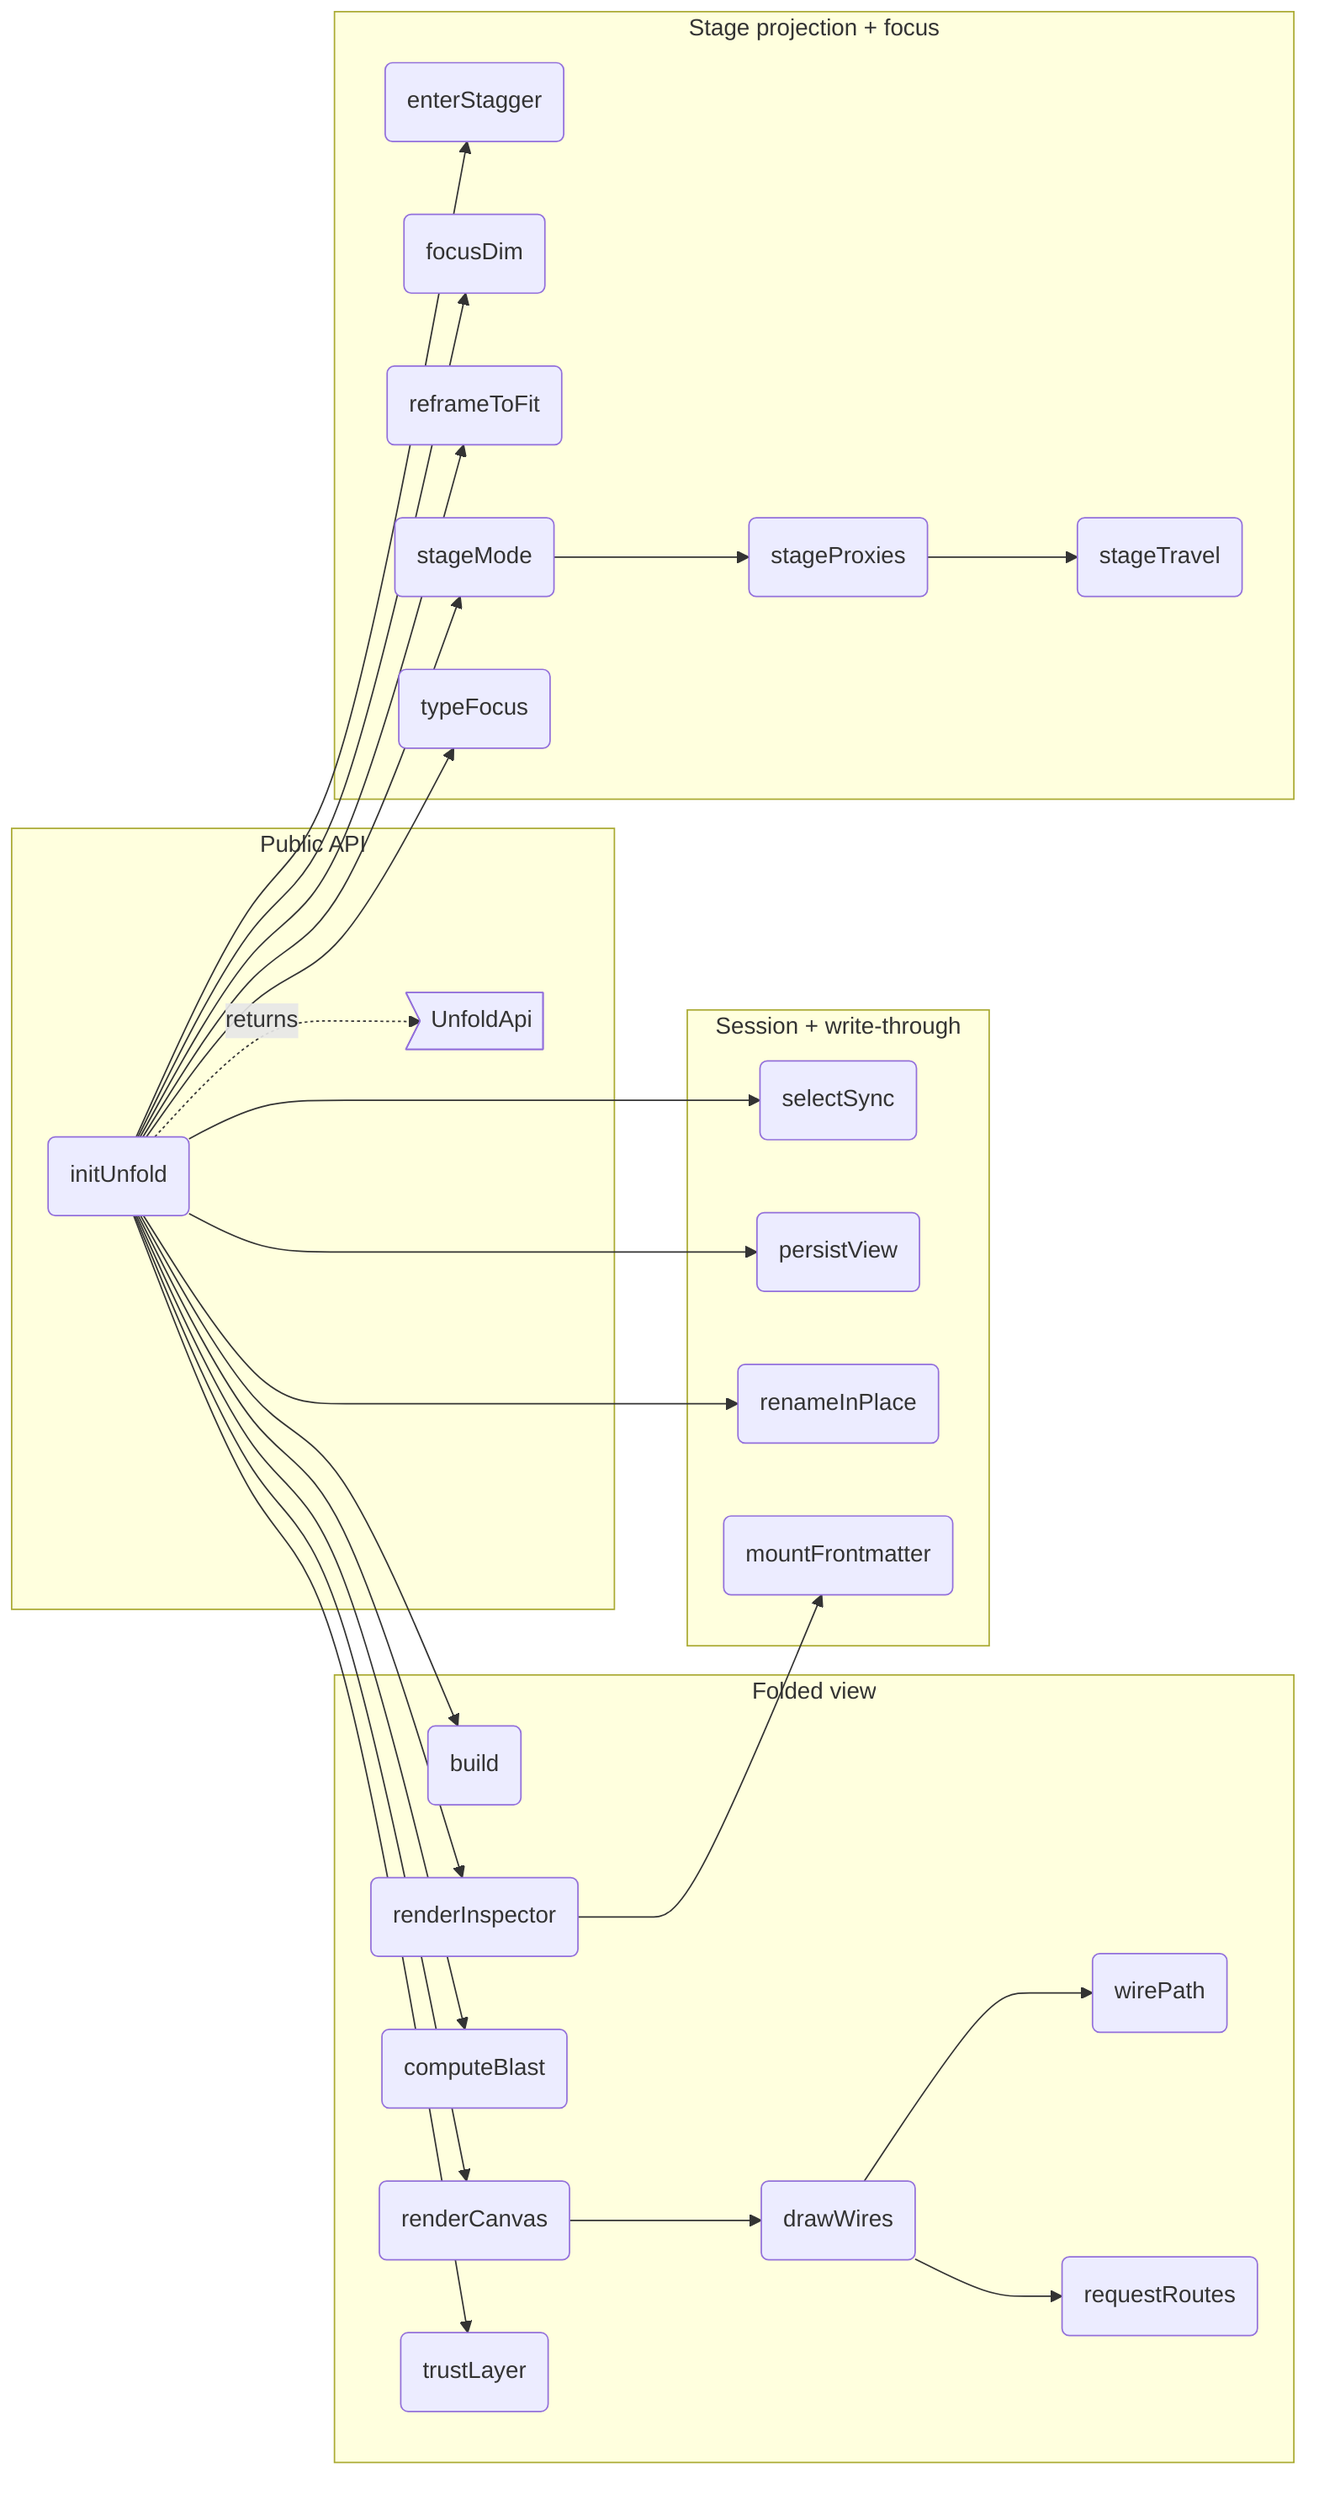
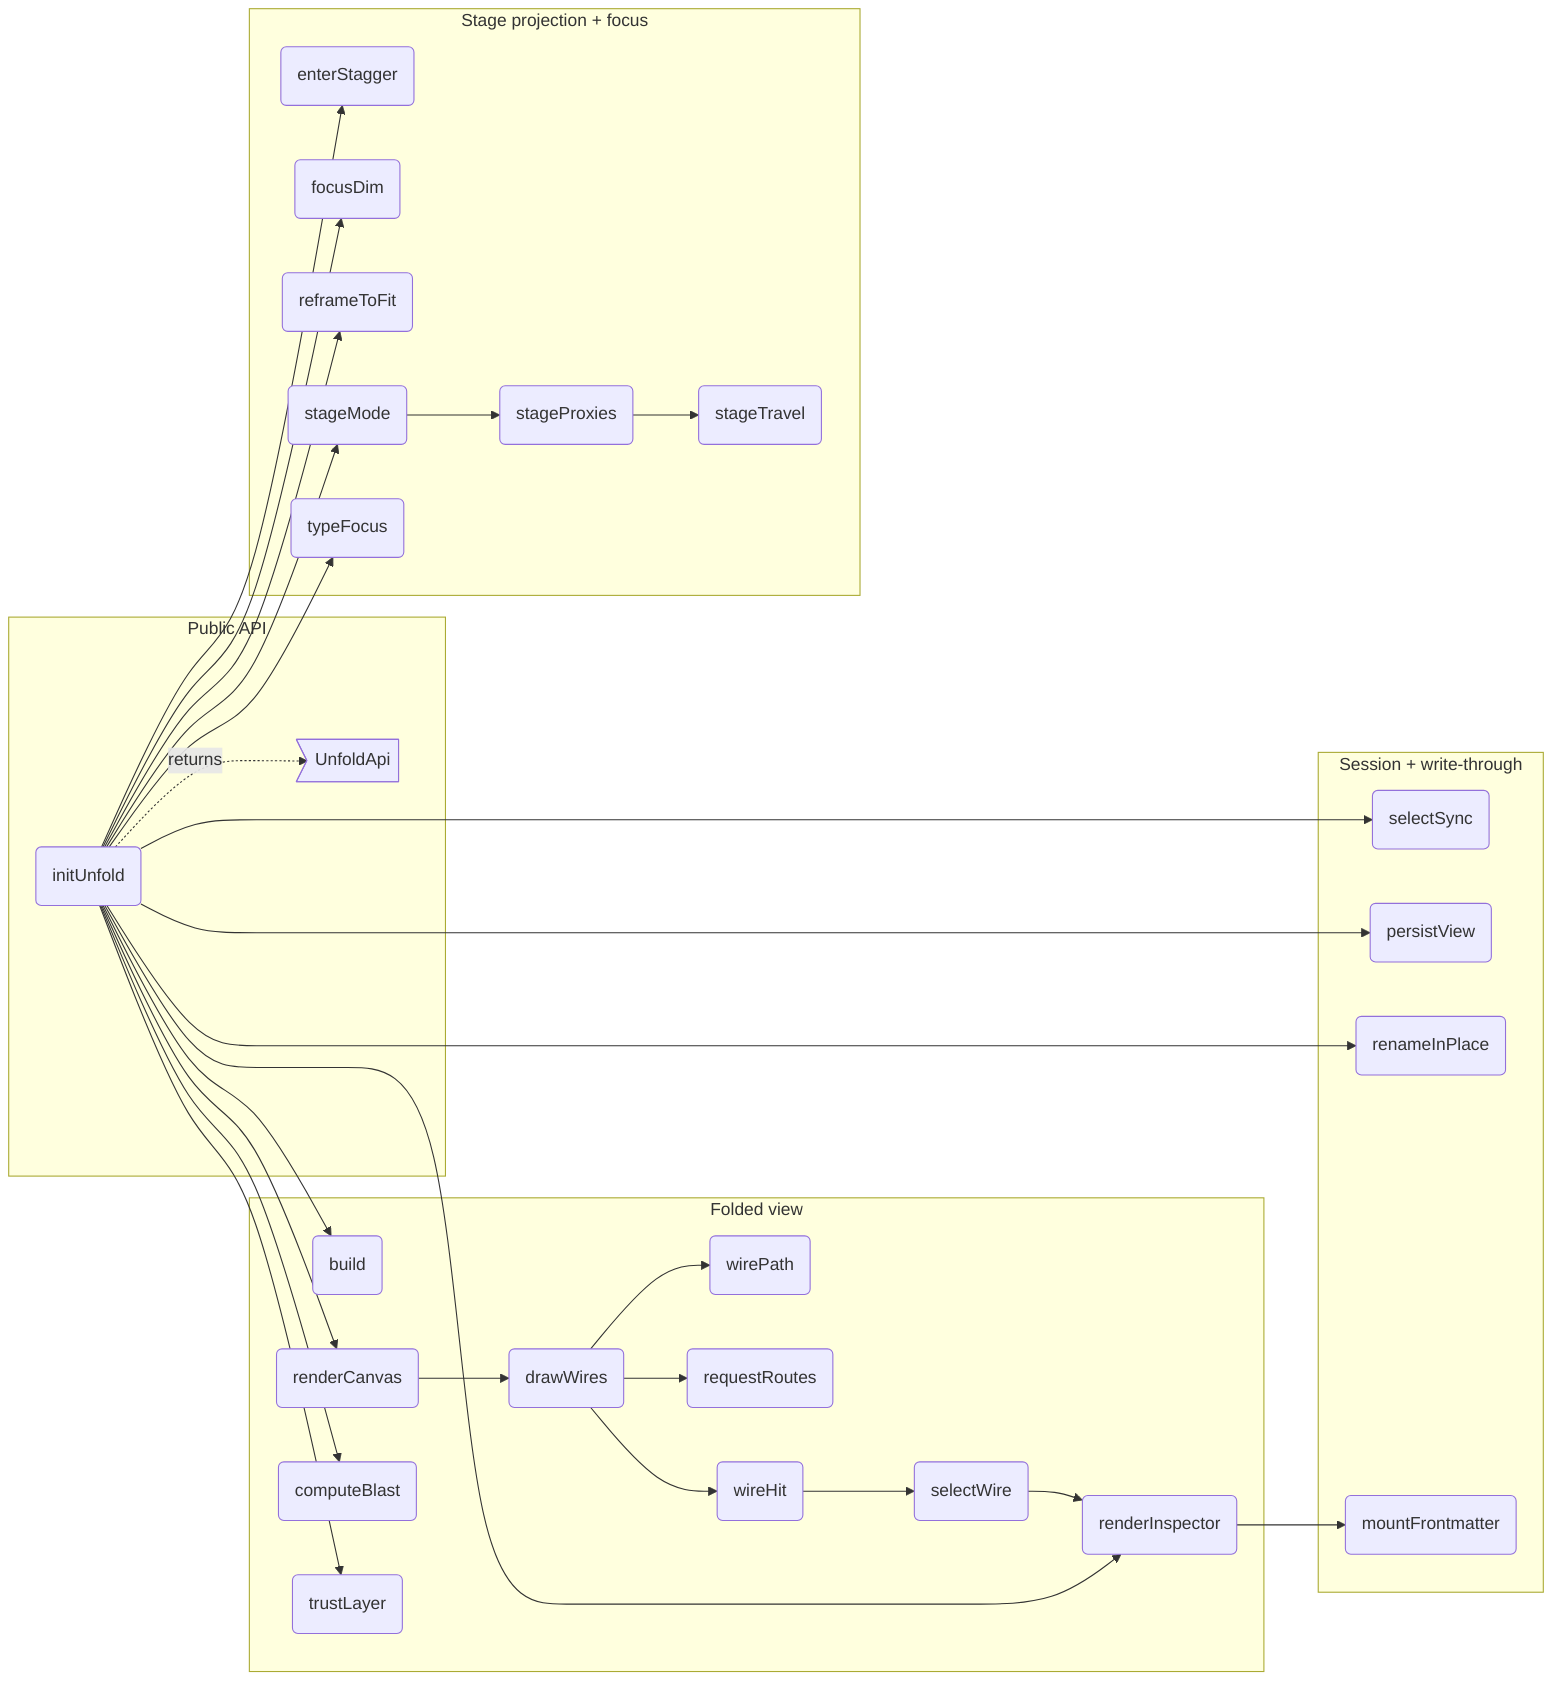
flowchart LR
%% root unfold

%% src UnfoldApi src/panel/unfold.ts#UnfoldApi
%% kind UnfoldApi type
%% fm:meta UnfoldApi name=UnfoldApi
%% fm:meta UnfoldApi desc=public surface: open, close, toggle

%% src initUnfold src/panel/unfold.ts#initUnfold
%% kind initUnfold function
%% fm:meta initUnfold name=initUnfold
%% fm:meta initUnfold desc=build the reading-mode overlay (own DOM + own CSS, the planner isolation pattern) bound to ctx; reads ctx.state + ctx.bodies, writes only through the shared hooks path
%% fm:meta initUnfold i0.name=initUnfold
%% fm:meta initUnfold i0.accepts=ctx: AppContext
%% fm:meta initUnfold i0.accepts=deps: { selection: SelectionApi; camera: CameraApi }
%% fm:meta initUnfold i0.returns=UnfoldApi

%% src ufBuild src/panel/unfold.ts#build
%% kind ufBuild function
%% fm:meta ufBuild name=build
%% fm:meta ufBuild desc=derive the folded units from ctx.state on every open: live parent wins, else the flowmap mod__rest drill convention; de-dup edges, fan-in
%% fm:meta ufBuild i0.name=build
%% fm:meta ufBuild i0.returns=void

%% src ufRenderCanvas src/panel/unfold.ts#renderCanvas
%% kind ufRenderCanvas function
%% fm:meta ufRenderCanvas name=renderCanvas
%% fm:meta ufRenderCanvas desc=render the containment roots as nested flex cards/groups; only expanded containers show their children
%% fm:meta ufRenderCanvas i0.name=renderCanvas
%% fm:meta ufRenderCanvas i0.returns=void

%% src ufDrawWires src/panel/unfold.ts#drawWires
%% kind ufDrawWires function
%% fm:meta ufDrawWires name=drawWires
%% fm:meta ufDrawWires desc=orthogonal wires aggregated to the visible representatives, gated by the calls/deps layers, painted above the group surfaces
%% fm:meta ufDrawWires i0.name=drawWires
%% fm:meta ufDrawWires i0.returns=void

%% src ufComputeBlast src/panel/unfold.ts#computeBlast
%% kind ufComputeBlast function
%% fm:meta ufComputeBlast name=computeBlast
%% fm:meta ufComputeBlast desc=reverse-BFS the transitive dependents of the selection and map them to visible cards with min hop distance
%% fm:meta ufComputeBlast i0.name=computeBlast
%% fm:meta ufComputeBlast i0.returns=void

%% src ufRenderInspector src/panel/unfold.ts#renderInspector
%% kind ufRenderInspector function
%% fm:meta ufRenderInspector name=renderInspector
%% fm:meta ufRenderInspector desc=empty until selection; then kind, crumbs, desc, interfaces, blast count, connections, and the real source body from ctx.bodies
%% fm:meta ufRenderInspector i0.name=renderInspector
%% fm:meta ufRenderInspector i0.returns=void

%% src ufEnterStagger src/panel/unfold.ts#enterStagger
%% kind ufEnterStagger function
%% fm:meta ufEnterStagger name=enterStagger
%% fm:meta ufEnterStagger desc=staggered fade-up entrance for newly-revealed cards (~55ms stagger, ~650ms expo ease); wires draw themselves in only after their cards land
%% fm:meta ufEnterStagger i0.name=enterStagger
%% fm:meta ufEnterStagger i0.returns=void

%% src ufFocusDim src/panel/unfold.ts#focusDim
%% kind ufFocusDim function
%% fm:meta ufFocusDim name=focusDim
%% fm:meta ufFocusDim desc=focus illumination without rebuild: selection glows, 1-hop neighbours stay lit, its wires carry the flow animation, everything else dims
%% fm:meta ufFocusDim i0.name=focusDim
%% fm:meta ufFocusDim i0.returns=void

%% src ufReframe src/panel/unfold.ts#reframeToFit
%% kind ufReframe function
%% fm:meta ufReframe name=reframeToFit
%% fm:meta ufReframe desc=after every structural change the world transform-scales so all visible content fits, animated ~900ms expo ease — the canvas breathes instead of demanding travel
%% fm:meta ufReframe i0.name=reframeToFit
%% fm:meta ufReframe i0.returns=void

%% src ufStageMode src/panel/unfold.ts#stageMode
%% kind ufStageMode function
%% fm:meta ufStageMode name=stageMode
%% fm:meta ufStageMode desc=second projection of the same graph: the focused group renders center-stage at readable size while the explore world blurs and fades behind; exit restores explore state exactly
%% fm:meta ufStageMode i0.name=stageMode
%% fm:meta ufStageMode i0.accepts=gid: string | null
%% fm:meta ufStageMode i0.returns=void

%% src ufProxies src/panel/unfold.ts#stageProxies
%% kind ufProxies function
%% fm:meta ufProxies name=stageProxies
%% fm:meta ufProxies desc=external edges aggregate per target container into pill proxies on a ring; each pill's angle is the TRUE angle between group centroids in ctx.state positions
%% fm:meta ufProxies i0.name=stageProxies
%% fm:meta ufProxies i0.returns=void

%% src ufTravel src/panel/unfold.ts#stageTravel
%% kind ufTravel function
%% fm:meta ufTravel name=stageTravel
%% fm:meta ufTravel desc=peek then travel: the target group slides onto stage FROM its direction; the origin becomes a reciprocal-direction proxy automatically since both derive from the same centroids
%% fm:meta ufTravel i0.name=stageTravel
%% fm:meta ufTravel i0.accepts=target: string
%% fm:meta ufTravel i0.accepts=fromAngle: number
%% fm:meta ufTravel i0.returns=void

%% src ufTypeFocus src/panel/unfold.ts#typeFocus
%% kind ufTypeFocus function
%% fm:meta ufTypeFocus name=typeFocus
%% fm:meta ufTypeFocus desc=click a type in a frontmatter card and every module whose interface carries that type lights across the surface; the inspector lists the carriers, derived from ctx.state
%% fm:meta ufTypeFocus i0.name=typeFocus
%% fm:meta ufTypeFocus i0.accepts=t: string | null
%% fm:meta ufTypeFocus i0.returns=void

%% src ufSelectSync src/panel/unfold.ts#selectSync
%% kind ufSelectSync function
%% fm:meta ufSelectSync name=selectSync
%% fm:meta ufSelectSync desc=selection survives the mode boundary: seed SEL from the editor selection on open; hand the reading selection back (selectOnly + zoomToNode via deps) on close — no new state, one shared selection
%% fm:meta ufSelectSync i0.name=selectSync
%% fm:meta ufSelectSync i0.accepts=dir: 'open' | 'close'
%% fm:meta ufSelectSync i0.returns=void

%% src ufPersistView src/panel/unfold.ts#persistView
%% kind ufPersistView function
%% fm:meta ufPersistView name=persistView
%% fm:meta ufPersistView desc=the reading session (expanded/hidden/layers) persists per diagram — sorted containment roots as identity — restored on open; a never-read diagram still arrives fully folded, all layers off
%% fm:meta ufPersistView i0.name=persistView
%% fm:meta ufPersistView i0.accepts=dir: 'save' | 'load'
%% fm:meta ufPersistView i0.returns=void

%% src ufTrustLayer src/panel/unfold.ts#trustLayer
%% kind ufTrustLayer function
%% fm:meta ufTrustLayer name=trustLayer
%% fm:meta ufTrustLayer desc=trust layer with an OPTIONAL advisory source: same-origin edge-advisory-allowlist.txt when present, a Load button otherwise; absent source = layer disabled, never wrong — advisory edges dash amber, advisory descs are marked
%% fm:meta ufTrustLayer i0.name=trustLayer
%% fm:meta ufTrustLayer i0.returns=void

%% src ufWirePath src/panel/unfold.ts#wirePath
%% kind ufWirePath function
%% fm:meta ufWirePath name=wirePath
%% fm:meta ufWirePath desc=one wire geometry, not two: reading-mode wires from the app's real port-side geometry (core/state portPos + bestSides) and the render/wires elbow path — replaces the local orthoPath
%% fm:meta ufWirePath i0.name=wirePath
%% fm:meta ufWirePath i0.accepts=a: Box
%% fm:meta ufWirePath i0.accepts=b: Box
%% fm:meta ufWirePath i0.returns=string

%% src ufRequestRoutes src/panel/unfold.ts#requestRoutes
%% kind ufRequestRoutes function
%% fm:meta ufRequestRoutes name=requestRoutes
%% fm:meta ufRequestRoutes desc=obstacle-avoided wire routes for reading mode via the shared libavoid worker (render/avoidRouter routeGraph): elbows paint first, routed polylines upgrade them when the reply lands; a layout signature drops stale replies
%% fm:meta ufRequestRoutes i0.name=requestRoutes
%% fm:meta ufRequestRoutes i0.accepts=pos: Record<string, Box>
%% fm:meta ufRequestRoutes i0.accepts=pairs: { a: string; b: string }[]
%% fm:meta ufRequestRoutes i0.returns=void

+ %% src ufSelectWire src/panel/unfold.ts#selectWire
+ %% kind ufSelectWire function
+ %% fm:meta ufSelectWire name=selectWire
+ %% fm:meta ufSelectWire desc=a wire is a first-class selectable (legacy-editor parity): select an aggregated wire by its rendered rep pair, clearing node/type focus; re-click deselects; the inspector shows endpoints, kind, weight and every underlying model relation
+ %% fm:meta ufSelectWire i0.name=selectWire
+ %% fm:meta ufSelectWire i0.accepts=a: string
+ %% fm:meta ufSelectWire i0.accepts=b: string
+ %% fm:meta ufSelectWire i0.returns=void
+ 
+ %% src ufWireHit src/panel/unfold.ts#wireHit
+ %% kind ufWireHit function
+ %% fm:meta ufWireHit name=wireHit
+ %% fm:meta ufWireHit desc=append an invisible wide hit path over a drawn wire in either projection: click selects the wire, hover pre-lights it — excluded from stage panning so pointer capture never eats the click
+ %% fm:meta ufWireHit i0.name=wireHit
+ %% fm:meta ufWireHit i0.accepts=vis: SVGPathElement
+ %% fm:meta ufWireHit i0.accepts=d: string
+ %% fm:meta ufWireHit i0.accepts=a: string
+ %% fm:meta ufWireHit i0.accepts=b: string
+ %% fm:meta ufWireHit i0.accepts=host: SVGSVGElement
+ %% fm:meta ufWireHit i0.returns=void
+ 
%% src ufRenameInPlace src/panel/unfold.ts#renameInPlace
%% kind ufRenameInPlace function
%% fm:meta ufRenameInPlace name=renameInPlace
%% fm:meta ufRenameInPlace desc=inline rename on the selected card (Enter / double-click on selected), writing through the existing model path — mutate ctx.state then hooks render + sync + pushHistory + persist, never a private write path
%% fm:meta ufRenameInPlace i0.name=renameInPlace
%% fm:meta ufRenameInPlace i0.accepts=id: string
%% fm:meta ufRenameInPlace i0.returns=void

%% src ufMountFrontmatter src/panel/unfold.ts#mountFrontmatter
%% kind ufMountFrontmatter function
%% fm:meta ufMountFrontmatter name=mountFrontmatter
%% fm:meta ufMountFrontmatter desc=mount the app's frontmatter editor (panel/inspector-frontmatter) for the selected node inside the reading inspector — the same hooks write path as renameInPlace; commits re-derive the folded view
%% fm:meta ufMountFrontmatter i0.name=mountFrontmatter
%% fm:meta ufMountFrontmatter i0.accepts=host: HTMLElement
%% fm:meta ufMountFrontmatter i0.accepts=id: string
%% fm:meta ufMountFrontmatter i0.returns=void

%% parent uf_api unfold
%% parent uf_view unfold
%% parent uf_stage unfold
%% parent uf_session unfold

  subgraph uf_api ["Public API"]
    initUnfold("initUnfold")
    UnfoldApi>"UnfoldApi"]
  end
  subgraph uf_view ["Folded view"]
    ufBuild("build")
    ufRenderCanvas("renderCanvas")
    ufDrawWires("drawWires")
    ufWirePath("wirePath")
    ufRequestRoutes("requestRoutes")
+     ufWireHit("wireHit")
+     ufSelectWire("selectWire")
    ufComputeBlast("computeBlast")
    ufRenderInspector("renderInspector")
    ufTrustLayer("trustLayer")
  end
  subgraph uf_session ["Session + write-through"]
    ufSelectSync("selectSync")
    ufPersistView("persistView")
    ufRenameInPlace("renameInPlace")
    ufMountFrontmatter("mountFrontmatter")
  end
  subgraph uf_stage ["Stage projection + focus"]
    ufEnterStagger("enterStagger")
    ufFocusDim("focusDim")
    ufReframe("reframeToFit")
    ufStageMode("stageMode")
    ufProxies("stageProxies")
    ufTravel("stageTravel")
    ufTypeFocus("typeFocus")
  end

  initUnfold -.->|returns| UnfoldApi
  initUnfold --> ufBuild
  initUnfold --> ufRenderCanvas
  ufRenderCanvas --> ufDrawWires
  ufDrawWires --> ufWirePath
  ufDrawWires --> ufRequestRoutes
+   ufDrawWires --> ufWireHit
+   ufWireHit --> ufSelectWire
+   ufSelectWire --> ufRenderInspector
  initUnfold --> ufComputeBlast
  initUnfold --> ufRenderInspector
  initUnfold --> ufTrustLayer
  initUnfold --> ufSelectSync
  initUnfold --> ufPersistView
  initUnfold --> ufRenameInPlace
  ufRenderInspector --> ufMountFrontmatter
  initUnfold --> ufEnterStagger
  initUnfold --> ufFocusDim
  initUnfold --> ufReframe
  initUnfold --> ufTypeFocus
  initUnfold --> ufStageMode
  ufStageMode --> ufProxies
  ufProxies --> ufTravel
